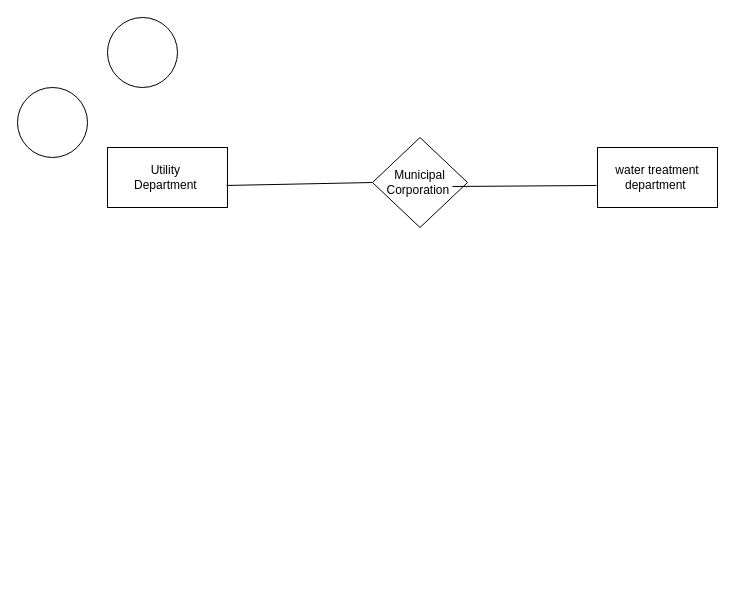
Before: Untitled Diagram.drawio in ayushmokal/awesome-cloud-security, a draw.io diagram. Source tidied: cells renumbered, new cells numbered last; positions are measured from the earlier drawing's top-left corner, leaving out a move shared by most shapes. Both pictures are drawn from the tidied source at 100%, with x=0, y=0 at pixel (17, 17).
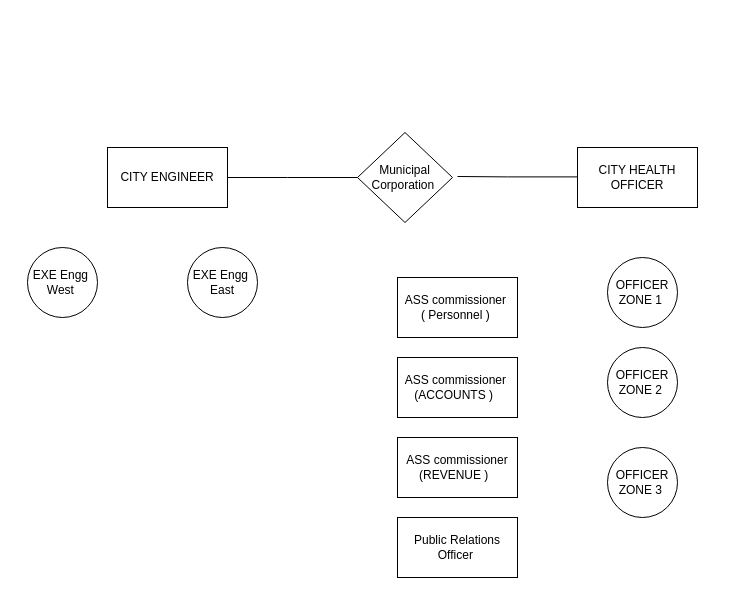
The same page after the edit.

The edit, as a diff of the source:
```diff
@@
 <mxGraphModel>
   <root>
     <mxCell id="0" />
     <mxCell id="1" parent="0" />
-    <mxCell id="2" value="Utility&amp;nbsp;&lt;br&gt;Department&amp;nbsp;" style="rounded=0;whiteSpace=wrap;html=1;" parent="1" vertex="1">
+    <mxCell id="2" value="CITY ENGINEER" style="rounded=0;whiteSpace=wrap;html=1;" parent="1" vertex="1">
       <mxGeometry x="90" y="130" width="120" height="60" as="geometry" />
     </mxCell>
-    <mxCell id="3" value="water treatment department&amp;nbsp;" style="rounded=0;whiteSpace=wrap;html=1;" parent="1" vertex="1">
-      <mxGeometry x="580" y="130" width="120" height="60" as="geometry" />
+    <mxCell id="3" value="CITY HEALTH OFFICER" style="rounded=0;whiteSpace=wrap;html=1;" parent="1" vertex="1">
+      <mxGeometry x="560" y="130" width="120" height="60" as="geometry" />
     </mxCell>
     <mxCell id="4" value="Municipal Corporation&amp;nbsp;" style="rhombus;whiteSpace=wrap;html=1;" parent="1" vertex="1">
-      <mxGeometry x="355" y="120" width="95" height="90" as="geometry" />
+      <mxGeometry x="340" y="115" width="95" height="90" as="geometry" />
     </mxCell>
+    <mxCell id="8" value="EXE Engg&amp;nbsp;&lt;br&gt;West&amp;nbsp;" style="ellipse;whiteSpace=wrap;html=1;" parent="1" vertex="1">
+      <mxGeometry x="10" y="230" width="70" height="70" as="geometry" />
+    </mxCell>
+    <mxCell id="9" value="EXE Engg&amp;nbsp;&lt;br&gt;East" style="ellipse;whiteSpace=wrap;html=1;" parent="1" vertex="1">
+      <mxGeometry x="170" y="230" width="70" height="70" as="geometry" />
+    </mxCell>
+    <mxCell id="10" value="ASS commissioner&amp;nbsp;&lt;br&gt;( Personnel )&amp;nbsp;" style="rounded=0;whiteSpace=wrap;html=1;" parent="1" vertex="1">
+      <mxGeometry x="380" y="260" width="120" height="60" as="geometry" />
+    </mxCell>
+    <mxCell id="11" value="ASS commissioner&amp;nbsp;&lt;br&gt;(ACCOUNTS )&amp;nbsp;&amp;nbsp;" style="rounded=0;whiteSpace=wrap;html=1;" parent="1" vertex="1">
+      <mxGeometry x="380" y="340" width="120" height="60" as="geometry" />
+    </mxCell>
+    <mxCell id="12" value="ASS commissioner (REVENUE )&amp;nbsp;&amp;nbsp;" style="rounded=0;whiteSpace=wrap;html=1;" parent="1" vertex="1">
+      <mxGeometry x="380" y="420" width="120" height="60" as="geometry" />
+    </mxCell>
+    <mxCell id="13" value="Public Relations Officer&amp;nbsp;" style="rounded=0;whiteSpace=wrap;html=1;" parent="1" vertex="1">
+      <mxGeometry x="380" y="500" width="120" height="60" as="geometry" />
+    </mxCell>
+    <mxCell id="14" value="OFFICER ZONE 1&amp;nbsp;" style="ellipse;whiteSpace=wrap;html=1;" parent="1" vertex="1">
+      <mxGeometry x="590" y="240" width="70" height="70" as="geometry" />
+    </mxCell>
+    <mxCell id="15" value="OFFICER ZONE 2&amp;nbsp;" style="ellipse;whiteSpace=wrap;html=1;" parent="1" vertex="1">
+      <mxGeometry x="590" y="330" width="70" height="70" as="geometry" />
+    </mxCell>
+    <mxCell id="16" value="OFFICER ZONE 3&amp;nbsp;" style="ellipse;whiteSpace=wrap;html=1;" parent="1" vertex="1">
+      <mxGeometry x="590" y="430" width="70" height="70" as="geometry" />
+    </mxCell>
-    <mxCell id="5" style="endArrow=none;html=1;rounded=0;exitX=0.992;exitY=0.633;exitDx=0;exitDy=0;exitPerimeter=0;entryX=0;entryY=0.5;entryDx=0;entryDy=0;" parent="1" edge="1" source="2" target="4">
-      <mxGeometry relative="1" as="geometry" />
+    <mxCell id="5" style="endArrow=none;html=1;rounded=0;exitX=1;exitY=0.5;exitDx=0;exitDy=0;entryX=0;entryY=0.5;entryDx=0;entryDy=0;" parent="1" edge="1" source="2" target="4">
+      <mxGeometry relative="1" as="geometry">
+        <Array as="points">
+          <mxPoint x="270" y="160" />
+        </Array>
+      </mxGeometry>
     </mxCell>
-    <mxCell id="6" style="endArrow=none;html=1;rounded=0;exitX=0.992;exitY=0.633;exitDx=0;exitDy=0;exitPerimeter=0;entryX=-0.008;entryY=0.633;entryDx=0;entryDy=0;entryPerimeter=0;" parent="1" edge="1" target="3">
-      <mxGeometry relative="1" as="geometry">
-        <mxPoint x="435" y="169" as="sourcePoint" />
-      </mxGeometry>
-    </mxCell>
-    <mxCell id="7" style="ellipse;whiteSpace=wrap;html=1;" parent="1" vertex="1">
-      <mxGeometry x="90" width="70" height="70" as="geometry" />
-    </mxCell>
-    <mxCell id="8" style="ellipse;whiteSpace=wrap;html=1;" parent="1" vertex="1">
-      <mxGeometry y="70" width="70" height="70" as="geometry" />
-    </mxCell>
+    <mxCell id="17" style="endArrow=none;html=1;rounded=0;entryX=0;entryY=0.5;entryDx=0;entryDy=0;" parent="1" edge="1">
+      <mxGeometry relative="1" as="geometry">
+        <mxPoint x="440" y="159" as="sourcePoint" />
+        <mxPoint x="560" y="159.4" as="targetPoint" />
+        <Array as="points">
+          <mxPoint x="490" y="159.4" />
+        </Array>
+      </mxGeometry>
+    </mxCell>
   </root>
 </mxGraphModel>
```
